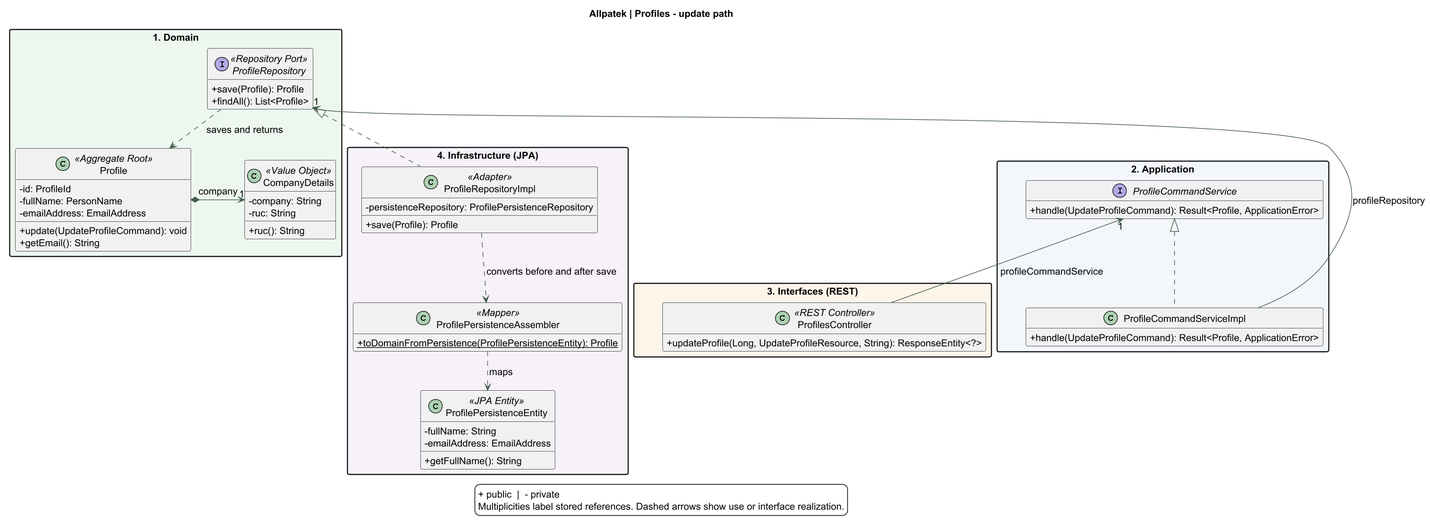
Before: assets/chapter-04/architecture/08-classes-users.png, a diagram exported from PlantUML (upc-pre-202620-1asi0729-7753-Terranova/allpatek-report).
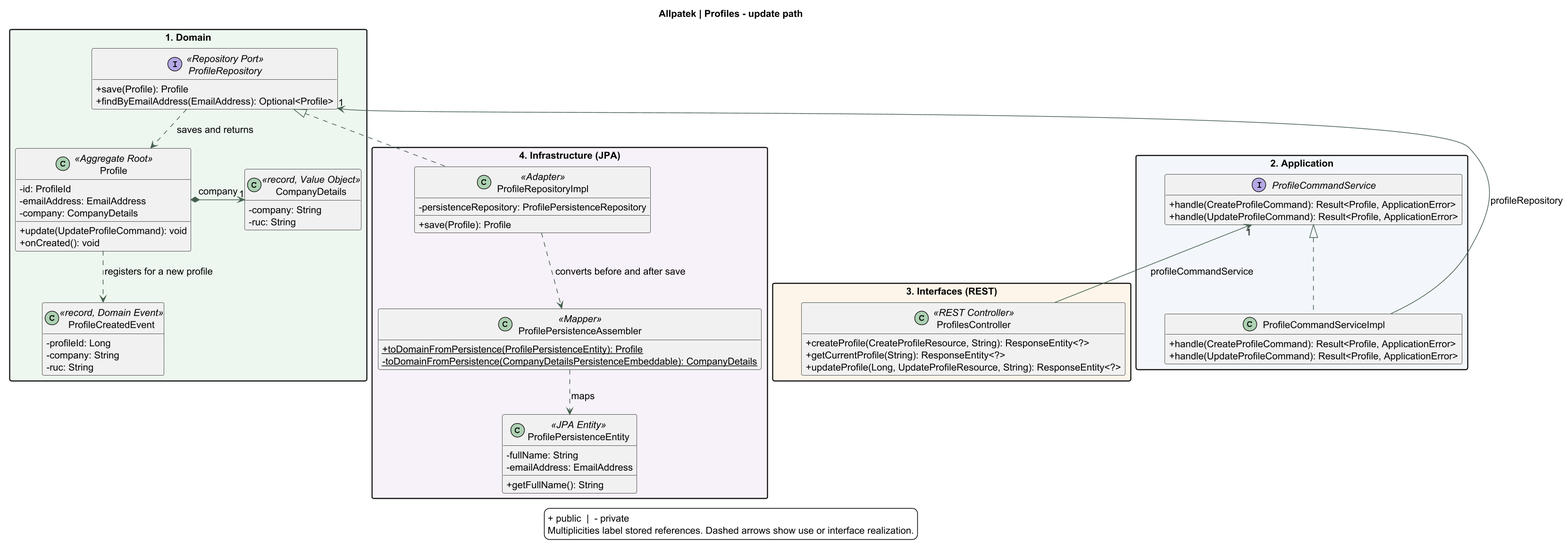
Later version of the same file.

Commit message:
docs(uml): model profile creation and the current account

Change to the diagram source:
```diff
@@ -13,36 +13,44 @@
 title Allpatek | Profiles - update path
 
 package "1. Domain" as Domain #ECF6EF {
+  class ProfileCreatedEvent <<record, Domain Event>> {
+    -profileId: Long
+    -company: String
+    -ruc: String
+  }
   class Profile <<Aggregate Root>> {
     -id: ProfileId
-    -fullName: PersonName
     -emailAddress: EmailAddress
+    -company: CompanyDetails
     +update(UpdateProfileCommand): void
-    +getEmail(): String
+    +onCreated(): void
   }
-  class CompanyDetails <<Value Object>> {
+  class CompanyDetails <<record, Value Object>> {
     -company: String
     -ruc: String
-    +ruc(): String
   }
   interface ProfileRepository <<Repository Port>> {
     +save(Profile): Profile
-    +findAll(): List<Profile>
+    +findByEmailAddress(EmailAddress): Optional<Profile>
   }
   Profile *-right-> "1" CompanyDetails : company
   ProfileRepository ..> Profile : saves and returns
 }
 package "2. Application" as Application #F3F6FA {
   interface ProfileCommandService {
+    +handle(CreateProfileCommand): Result<Profile, ApplicationError>
     +handle(UpdateProfileCommand): Result<Profile, ApplicationError>
   }
   class ProfileCommandServiceImpl {
+    +handle(CreateProfileCommand): Result<Profile, ApplicationError>
     +handle(UpdateProfileCommand): Result<Profile, ApplicationError>
   }
   ProfileCommandService <|.. ProfileCommandServiceImpl
 }
 package "3. Interfaces (REST)" as Interfaces #FDF4E8 {
   class ProfilesController <<REST Controller>> {
+    +createProfile(CreateProfileResource, String): ResponseEntity<?>
+    +getCurrentProfile(String): ResponseEntity<?>
     +updateProfile(Long, UpdateProfileResource, String): ResponseEntity<?>
   }
 }
@@ -53,6 +61,7 @@
   }
   class ProfilePersistenceAssembler <<Mapper>> {
     {static} +toDomainFromPersistence(ProfilePersistenceEntity): Profile
+    {static} -toDomainFromPersistence(CompanyDetailsPersistenceEmbeddable): CompanyDetails
   }
   class ProfilePersistenceEntity <<JPA Entity>> {
     -fullName: String
@@ -68,6 +77,7 @@
 Domain -[hidden]down-> Application
 Application -[hidden]down-> Interfaces
 
+Profile ..> ProfileCreatedEvent : registers for a new profile
 legend bottom
 + public  |  - private
 Multiplicities label stored references. Dashed arrows show use or interface realization.
```
